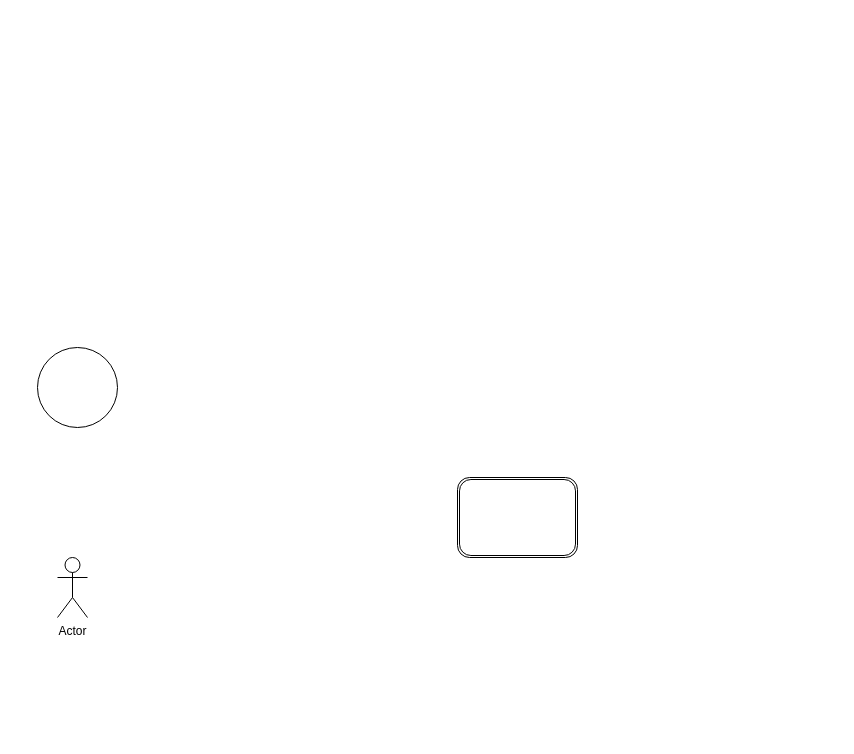
This is 未命名绘图.drawio from caining0/aa_drawio, a draw.io file, before an edit. Source tidied: cells renumbered, new cells numbered last; positions are measured from the earlier drawing's top-left corner, leaving out a move shared by most shapes. Both pictures are drawn from the tidied source at 100%, with x=0, y=0 at pixel (37, 347).
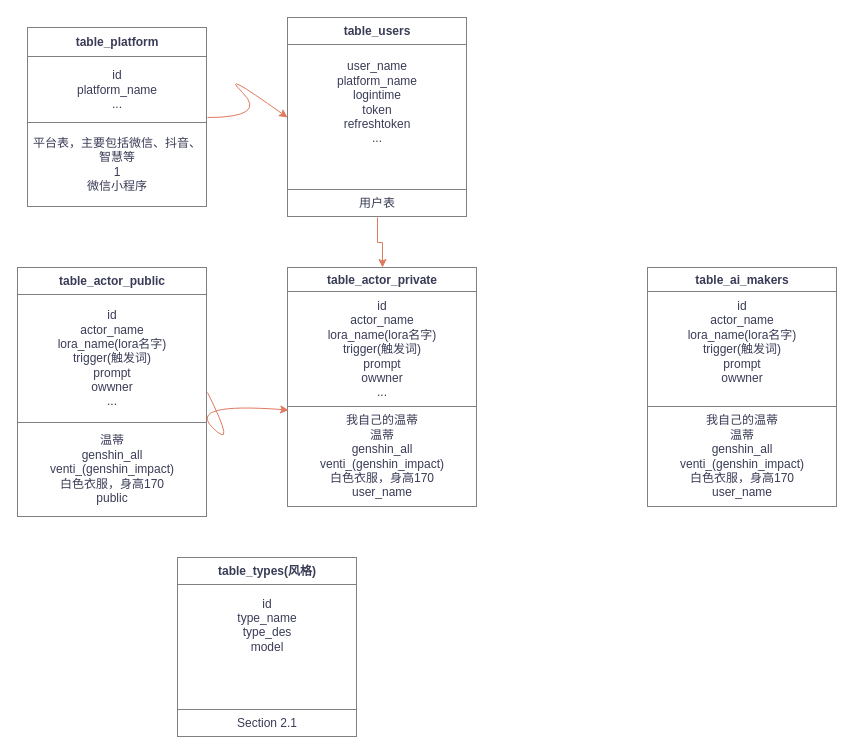
The same diagram, later.

Commit message (it also covers changes not shown here):
更新未命名绘图.drawio

The edit, as a diff of the source:
```diff
@@
 <mxGraphModel>
   <root>
     <mxCell id="0" />
     <mxCell id="1" parent="0" />
-    <mxCell id="2" style="ellipse;whiteSpace=wrap;html=1;" parent="1" vertex="1">
-      <mxGeometry width="80" height="80" as="geometry" />
-    </mxCell>
-    <mxCell id="3" value="Actor" style="shape=umlActor;verticalLabelPosition=bottom;verticalAlign=top;html=1;" parent="1" vertex="1">
-      <mxGeometry x="20" y="210" width="30" height="60" as="geometry" />
-    </mxCell>
-    <mxCell id="4" style="shape=ext;double=1;rounded=1;whiteSpace=wrap;html=1;" parent="1" vertex="1">
-      <mxGeometry x="420" y="130" width="120" height="80" as="geometry" />
-    </mxCell>
+    <mxCell id="5" value="&lt;table border=&quot;1&quot; width=&quot;100%&quot; height=&quot;100%&quot; cellpadding=&quot;4&quot; style=&quot;width:100%;height:100%;border-collapse:collapse;&quot;&gt;&lt;tbody&gt;&lt;tr&gt;&lt;th align=&quot;center&quot;&gt;table_actor_public&lt;/th&gt;&lt;/tr&gt;&lt;tr&gt;&lt;td align=&quot;center&quot;&gt;id&lt;br&gt;actor_name&lt;br&gt;lora_name(lora名字)&lt;br&gt;trigger(触发词)&lt;br&gt;prompt&lt;br&gt;owwner&lt;br&gt;...&lt;/td&gt;&lt;/tr&gt;&lt;tr&gt;&lt;td align=&quot;center&quot;&gt;温蒂&lt;br&gt;genshin_all&lt;br&gt;venti_(genshin_impact)&lt;br&gt;白色衣服，身高170&lt;br&gt;public&lt;/td&gt;&lt;/tr&gt;&lt;/tbody&gt;&lt;/table&gt;" style="text;html=1;whiteSpace=wrap;strokeColor=none;fillColor=none;overflow=fill;fontColor=#393C56;" parent="1" vertex="1">
+      <mxGeometry x="-20" y="-80" width="190" height="250" as="geometry" />
+    </mxCell>
+    <mxCell id="6" value="&lt;table border=&quot;1&quot; width=&quot;100%&quot; height=&quot;100%&quot; cellpadding=&quot;4&quot; style=&quot;width:100%;height:100%;border-collapse:collapse;&quot;&gt;&lt;tbody&gt;&lt;tr&gt;&lt;th align=&quot;center&quot;&gt;table_actor_private&lt;/th&gt;&lt;/tr&gt;&lt;tr&gt;&lt;td align=&quot;center&quot;&gt;id&lt;br&gt;actor_name&lt;br&gt;lora_name(lora名字)&lt;br&gt;trigger(触发词)&lt;br&gt;prompt&lt;br&gt;owwner&lt;br&gt;...&lt;/td&gt;&lt;/tr&gt;&lt;tr&gt;&lt;td align=&quot;center&quot;&gt;我自己的温蒂&lt;br&gt;温蒂&lt;br&gt;genshin_all&lt;br&gt;venti_(genshin_impact)&lt;br&gt;白色衣服，身高170&lt;br&gt;user_name&lt;br&gt;&lt;/td&gt;&lt;/tr&gt;&lt;/tbody&gt;&lt;/table&gt;" style="text;html=1;whiteSpace=wrap;strokeColor=none;fillColor=none;overflow=fill;fontColor=#393C56;" parent="1" vertex="1">
+      <mxGeometry x="250" y="-80" width="190" height="240" as="geometry" />
+    </mxCell>
+    <mxCell id="7" value="&lt;table border=&quot;1&quot; width=&quot;100%&quot; height=&quot;100%&quot; cellpadding=&quot;4&quot; style=&quot;width:100%;height:100%;border-collapse:collapse;&quot;&gt;&lt;tbody&gt;&lt;tr&gt;&lt;th align=&quot;center&quot;&gt;table_types(风格)&lt;/th&gt;&lt;/tr&gt;&lt;tr&gt;&lt;td align=&quot;center&quot;&gt;id&lt;br&gt;type_name&lt;br&gt;type_des&lt;br&gt;model&lt;br&gt;&lt;br&gt;&lt;br&gt;&lt;br&gt;&lt;/td&gt;&lt;/tr&gt;&lt;tr&gt;&lt;td align=&quot;center&quot;&gt;Section 2.1&lt;br&gt;&lt;/td&gt;&lt;/tr&gt;&lt;/tbody&gt;&lt;/table&gt;" style="text;html=1;whiteSpace=wrap;strokeColor=none;fillColor=none;overflow=fill;fontColor=#393C56;" parent="1" vertex="1">
+      <mxGeometry x="140" y="210" width="180" height="180" as="geometry" />
+    </mxCell>
+    <mxCell id="8" style="edgeStyle=orthogonalEdgeStyle;rounded=0;jettySize=auto;html=1;strokeColor=#E07A5F;fontColor=#393C56;fillColor=#F2CC8F;" parent="1" edge="1" source="9" target="6">
+      <mxGeometry relative="1" as="geometry" />
+    </mxCell>
+    <mxCell id="9" value="&lt;table border=&quot;1&quot; width=&quot;100%&quot; height=&quot;100%&quot; cellpadding=&quot;4&quot; style=&quot;width:100%;height:100%;border-collapse:collapse;&quot;&gt;&lt;tbody&gt;&lt;tr&gt;&lt;th align=&quot;center&quot;&gt;table_users&lt;/th&gt;&lt;/tr&gt;&lt;tr&gt;&lt;td align=&quot;center&quot;&gt;user_name&lt;br&gt;platform_name&lt;br&gt;logintime&lt;br&gt;token&lt;br&gt;refreshtoken&lt;br&gt;...&lt;br&gt;&lt;br&gt;&lt;br&gt;&lt;/td&gt;&lt;/tr&gt;&lt;tr&gt;&lt;td align=&quot;center&quot;&gt;用户表&lt;br&gt;&lt;/td&gt;&lt;/tr&gt;&lt;/tbody&gt;&lt;/table&gt;" style="text;html=1;whiteSpace=wrap;strokeColor=none;fillColor=none;overflow=fill;fontColor=#393C56;" parent="1" vertex="1">
+      <mxGeometry x="250" y="-330" width="180" height="200" as="geometry" />
+    </mxCell>
+    <mxCell id="10" value="&lt;table border=&quot;1&quot; width=&quot;100%&quot; height=&quot;100%&quot; cellpadding=&quot;4&quot; style=&quot;width:100%;height:100%;border-collapse:collapse;&quot;&gt;&lt;tbody&gt;&lt;tr&gt;&lt;th align=&quot;center&quot;&gt;table_platform&lt;/th&gt;&lt;/tr&gt;&lt;tr&gt;&lt;td align=&quot;center&quot;&gt;id&lt;br&gt;platform_name&lt;br&gt;...&lt;/td&gt;&lt;/tr&gt;&lt;tr&gt;&lt;td align=&quot;center&quot;&gt;平台表，主要包括微信、抖音、智慧等&lt;br&gt;1&lt;br&gt;微信小程序&lt;/td&gt;&lt;/tr&gt;&lt;/tbody&gt;&lt;/table&gt;" style="text;html=1;whiteSpace=wrap;strokeColor=none;fillColor=none;overflow=fill;fontColor=#393C56;" parent="1" vertex="1">
+      <mxGeometry x="-10" y="-320" width="180" height="180" as="geometry" />
+    </mxCell>
+    <mxCell id="11" style="curved=1;endArrow=classic;html=1;rounded=0;strokeColor=#E07A5F;fontColor=#393C56;fillColor=#F2CC8F;entryX=0;entryY=0.5;entryDx=0;entryDy=0;exitX=1;exitY=0.5;exitDx=0;exitDy=0;" parent="1" edge="1" source="10" target="9">
+      <mxGeometry relative="1" as="geometry">
+        <Array as="points">
+          <mxPoint x="230" y="-230" />
+          <mxPoint x="180" y="-280" />
+        </Array>
+      </mxGeometry>
+    </mxCell>
+    <mxCell id="12" style="curved=1;endArrow=classic;html=1;rounded=0;strokeColor=#E07A5F;fontColor=#393C56;fillColor=#F2CC8F;entryX=0.006;entryY=0.594;entryDx=0;entryDy=0;exitX=1;exitY=0.5;exitDx=0;exitDy=0;entryPerimeter=0;" parent="1" edge="1" source="5" target="6">
+      <mxGeometry relative="1" as="geometry">
+        <Array as="points">
+          <mxPoint x="200" y="105" />
+          <mxPoint x="150" y="55" />
+        </Array>
+      </mxGeometry>
+    </mxCell>
+    <mxCell id="13" value="&lt;table border=&quot;1&quot; width=&quot;100%&quot; height=&quot;100%&quot; cellpadding=&quot;4&quot; style=&quot;width:100%;height:100%;border-collapse:collapse;&quot;&gt;&lt;tbody&gt;&lt;tr&gt;&lt;th align=&quot;center&quot;&gt;table_ai_makers&lt;/th&gt;&lt;/tr&gt;&lt;tr&gt;&lt;td align=&quot;center&quot;&gt;id&lt;br&gt;actor_name&lt;br&gt;lora_name(lora名字)&lt;br&gt;trigger(触发词)&lt;br&gt;prompt&lt;br&gt;owwner&lt;br&gt;&lt;br&gt;&lt;/td&gt;&lt;/tr&gt;&lt;tr&gt;&lt;td align=&quot;center&quot;&gt;我自己的温蒂&lt;br&gt;温蒂&lt;br&gt;genshin_all&lt;br&gt;venti_(genshin_impact)&lt;br&gt;白色衣服，身高170&lt;br&gt;user_name&lt;br&gt;&lt;/td&gt;&lt;/tr&gt;&lt;/tbody&gt;&lt;/table&gt;" style="text;html=1;whiteSpace=wrap;strokeColor=none;fillColor=none;overflow=fill;fontColor=#393C56;" parent="1" vertex="1">
+      <mxGeometry x="610" y="-80" width="190" height="240" as="geometry" />
+    </mxCell>
   </root>
 </mxGraphModel>
```
